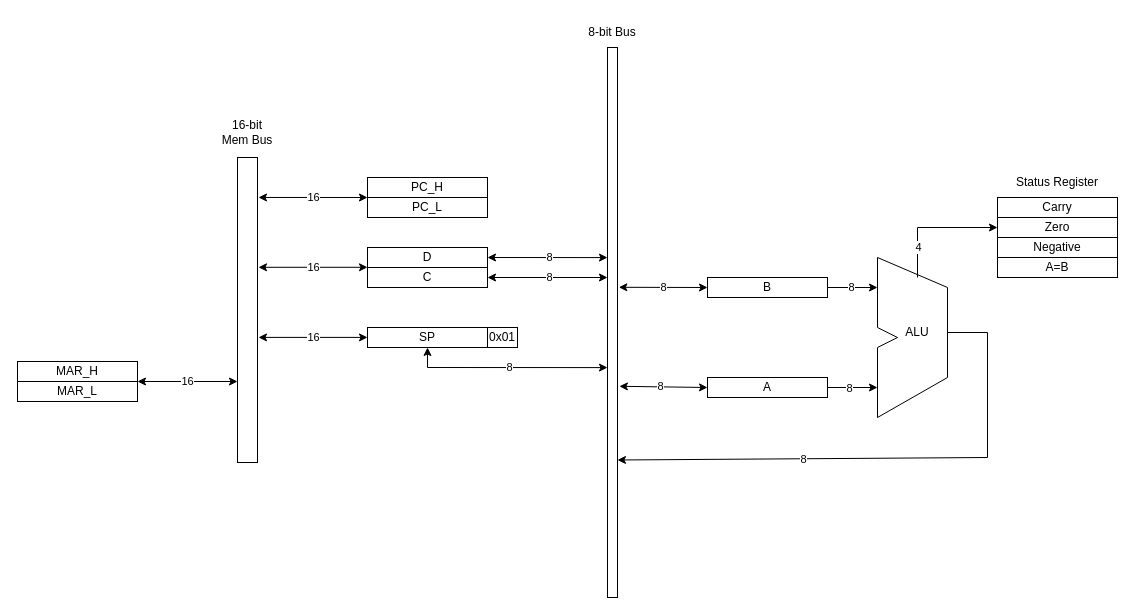
Above: BlockDiagram.drawio in Speiburger/CPU (draw.io), before the change. Source tidied: cells renumbered, new cells numbered last; positions are measured from the earlier drawing's top-left corner, leaving out a move shared by most shapes. Both pictures are drawn from the tidied source at 100%, with x=0, y=0 at pixel (17, 17).
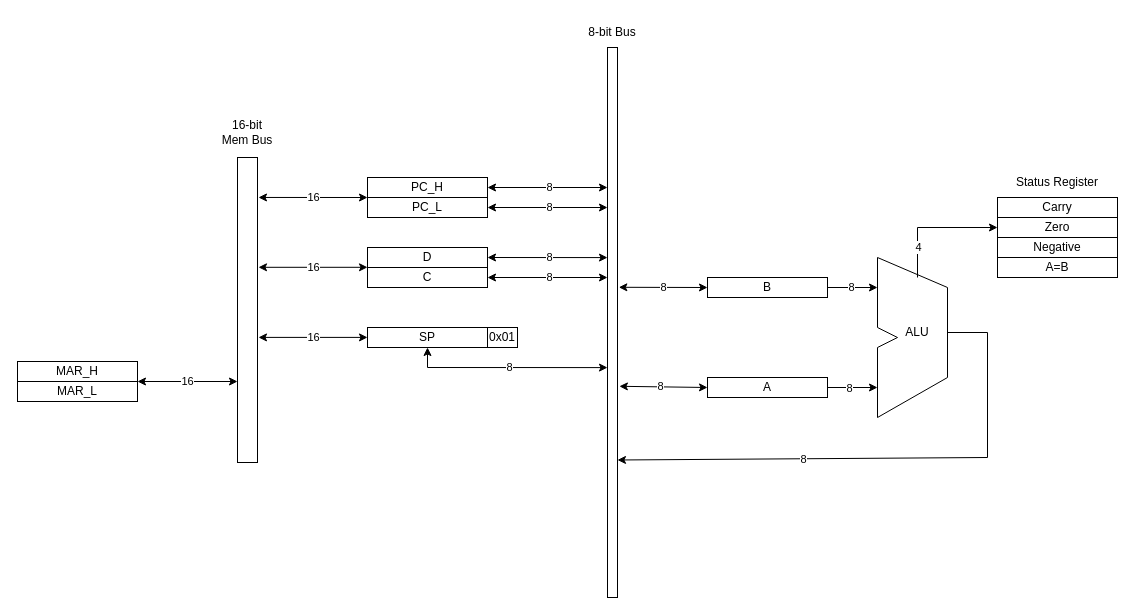
Above is the later version.

Change to the diagram source:
```diff
@@
+    <mxCell id="45" style="endArrow=classic;startArrow=classic;html=1;rounded=0;exitX=1;exitY=0.5;exitDx=0;exitDy=0;entryX=0;entryY=0.382;entryDx=0;entryDy=0;entryPerimeter=0;" parent="1" edge="1">
+      <mxGeometry relative="1" as="geometry">
+        <mxPoint x="470" y="170" as="sourcePoint" />
+        <mxPoint x="590" y="170" as="targetPoint" />
+      </mxGeometry>
+    </mxCell>
+    <mxCell id="46" value="8" style="edgeLabel;html=1;align=center;verticalAlign=middle;" parent="45" vertex="1">
+      <mxGeometry x="0.01" y="1" relative="1" as="geometry" />
+    </mxCell>
+    <mxCell id="47" style="endArrow=classic;startArrow=classic;html=1;rounded=0;exitX=1;exitY=0.5;exitDx=0;exitDy=0;entryX=0;entryY=0.382;entryDx=0;entryDy=0;entryPerimeter=0;" parent="1" edge="1">
+      <mxGeometry relative="1" as="geometry">
+        <mxPoint x="470" y="190" as="sourcePoint" />
+        <mxPoint x="590" y="190" as="targetPoint" />
+      </mxGeometry>
+    </mxCell>
+    <mxCell id="48" value="8" style="edgeLabel;html=1;align=center;verticalAlign=middle;" parent="47" vertex="1">
+      <mxGeometry x="0.01" y="1" relative="1" as="geometry" />
+    </mxCell>
```
